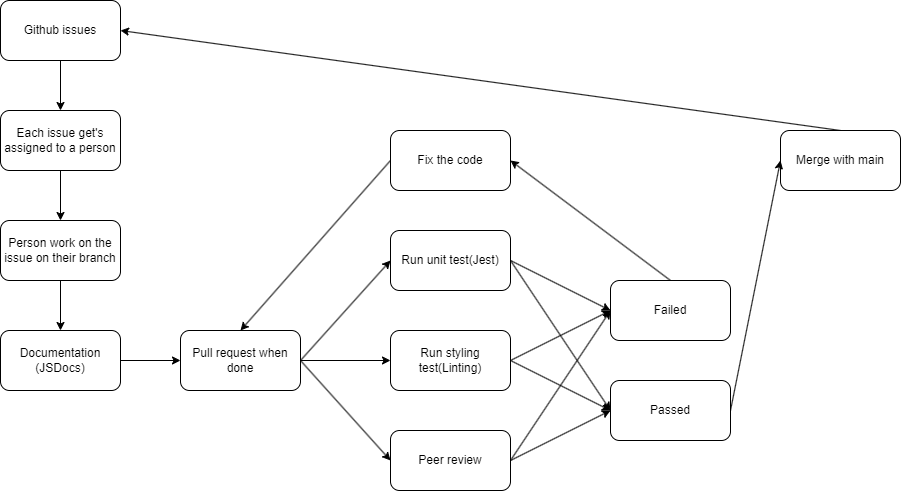
zkortam/velour-co keeps this draw.io diagram as CIDIPipelineDiagram.drawio.png. Above is the earlier version. Source tidied: cells renumbered, new cells last; positions are measured from the earlier drawing's top-left corner, leaving out a move shared by most shapes. The source it was exported from:
```xml
<mxGraphModel>
  <root>
    <mxCell id="0" />
    <mxCell id="1" parent="0" />
    <mxCell id="2" style="edgeStyle=none;html=1;exitX=0.5;exitY=1;exitDx=0;exitDy=0;entryX=0.5;entryY=0;entryDx=0;entryDy=0;" parent="1" edge="1" source="3" target="5">
      <mxGeometry relative="1" as="geometry" />
    </mxCell>
    <mxCell id="3" value="Github issues" style="rounded=1;whiteSpace=wrap;html=1;" parent="1" vertex="1">
      <mxGeometry width="120" height="60" as="geometry" />
    </mxCell>
    <mxCell id="4" style="edgeStyle=none;html=1;exitX=0.5;exitY=1;exitDx=0;exitDy=0;entryX=0.5;entryY=0;entryDx=0;entryDy=0;" parent="1" edge="1" source="5" target="21">
      <mxGeometry relative="1" as="geometry" />
    </mxCell>
    <mxCell id="5" value="Each issue get's assigned to a person" style="rounded=1;whiteSpace=wrap;html=1;" parent="1" vertex="1">
      <mxGeometry y="110" width="120" height="60" as="geometry" />
    </mxCell>
    <mxCell id="6" style="edgeStyle=none;html=1;exitX=1;exitY=0.5;exitDx=0;exitDy=0;entryX=0;entryY=0.5;entryDx=0;entryDy=0;" parent="1" edge="1" source="9" target="12">
      <mxGeometry relative="1" as="geometry" />
    </mxCell>
    <mxCell id="7" style="edgeStyle=none;html=1;exitX=1;exitY=0.5;exitDx=0;exitDy=0;entryX=0;entryY=0.5;entryDx=0;entryDy=0;" parent="1" edge="1" source="9" target="15">
      <mxGeometry relative="1" as="geometry" />
    </mxCell>
    <mxCell id="8" style="edgeStyle=none;html=1;exitX=1;exitY=0.5;exitDx=0;exitDy=0;entryX=0;entryY=0.5;entryDx=0;entryDy=0;" parent="1" edge="1" source="9" target="30">
      <mxGeometry relative="1" as="geometry" />
    </mxCell>
    <mxCell id="9" value="Pull request when done" style="rounded=1;whiteSpace=wrap;html=1;" parent="1" vertex="1">
      <mxGeometry x="180" y="330" width="120" height="60" as="geometry" />
    </mxCell>
    <mxCell id="10" style="edgeStyle=none;html=1;exitX=1;exitY=0.5;exitDx=0;exitDy=0;entryX=0;entryY=0.5;entryDx=0;entryDy=0;" parent="1" edge="1" source="12" target="17">
      <mxGeometry relative="1" as="geometry" />
    </mxCell>
    <mxCell id="11" style="edgeStyle=none;html=1;exitX=1;exitY=0.5;exitDx=0;exitDy=0;entryX=0;entryY=0.5;entryDx=0;entryDy=0;" parent="1" edge="1" source="12" target="23">
      <mxGeometry relative="1" as="geometry" />
    </mxCell>
    <mxCell id="12" value="Run unit test(Jest)" style="rounded=1;whiteSpace=wrap;html=1;" parent="1" vertex="1">
      <mxGeometry x="390" y="230" width="120" height="60" as="geometry" />
    </mxCell>
    <mxCell id="13" style="edgeStyle=none;html=1;exitX=1;exitY=0.5;exitDx=0;exitDy=0;entryX=0;entryY=0.5;entryDx=0;entryDy=0;" parent="1" edge="1" source="15" target="23">
      <mxGeometry relative="1" as="geometry" />
    </mxCell>
    <mxCell id="14" style="edgeStyle=none;html=1;exitX=1;exitY=0.5;exitDx=0;exitDy=0;" parent="1" edge="1" source="15">
      <mxGeometry relative="1" as="geometry">
        <mxPoint x="610" y="310" as="targetPoint" />
      </mxGeometry>
    </mxCell>
    <mxCell id="15" value="Run styling test(Linting)" style="rounded=1;whiteSpace=wrap;html=1;" parent="1" vertex="1">
      <mxGeometry x="390" y="330" width="120" height="60" as="geometry" />
    </mxCell>
    <mxCell id="16" style="edgeStyle=none;html=1;exitX=0.5;exitY=0;exitDx=0;exitDy=0;entryX=1;entryY=0.5;entryDx=0;entryDy=0;" parent="1" edge="1" source="17" target="25">
      <mxGeometry relative="1" as="geometry" />
    </mxCell>
    <mxCell id="17" value="Failed" style="rounded=1;whiteSpace=wrap;html=1;" parent="1" vertex="1">
      <mxGeometry x="610" y="280" width="120" height="60" as="geometry" />
    </mxCell>
    <mxCell id="18" style="edgeStyle=none;html=1;exitX=0.5;exitY=0;exitDx=0;exitDy=0;entryX=1;entryY=0.5;entryDx=0;entryDy=0;" parent="1" edge="1" source="19" target="3">
      <mxGeometry relative="1" as="geometry" />
    </mxCell>
    <mxCell id="19" value="Merge with main" style="rounded=1;whiteSpace=wrap;html=1;" parent="1" vertex="1">
      <mxGeometry x="780" y="130" width="120" height="60" as="geometry" />
    </mxCell>
    <mxCell id="20" style="edgeStyle=none;html=1;exitX=0.5;exitY=1;exitDx=0;exitDy=0;entryX=0.5;entryY=0;entryDx=0;entryDy=0;" parent="1" edge="1" source="21" target="27">
      <mxGeometry relative="1" as="geometry" />
    </mxCell>
    <mxCell id="21" value="Person work on the issue on their branch" style="rounded=1;whiteSpace=wrap;html=1;" parent="1" vertex="1">
      <mxGeometry y="220" width="120" height="60" as="geometry" />
    </mxCell>
    <mxCell id="22" style="edgeStyle=none;html=1;exitX=1;exitY=0.5;exitDx=0;exitDy=0;entryX=0;entryY=0.5;entryDx=0;entryDy=0;" parent="1" edge="1" source="23" target="19">
      <mxGeometry relative="1" as="geometry" />
    </mxCell>
    <mxCell id="23" value="Passed" style="rounded=1;whiteSpace=wrap;html=1;" parent="1" vertex="1">
      <mxGeometry x="610" y="380" width="120" height="60" as="geometry" />
    </mxCell>
    <mxCell id="24" style="edgeStyle=none;html=1;exitX=0;exitY=0.5;exitDx=0;exitDy=0;entryX=0.5;entryY=0;entryDx=0;entryDy=0;" parent="1" edge="1" source="25" target="9">
      <mxGeometry relative="1" as="geometry" />
    </mxCell>
    <mxCell id="25" value="Fix the code" style="rounded=1;whiteSpace=wrap;html=1;" parent="1" vertex="1">
      <mxGeometry x="390" y="130" width="120" height="60" as="geometry" />
    </mxCell>
    <mxCell id="26" style="edgeStyle=none;html=1;exitX=1;exitY=0.5;exitDx=0;exitDy=0;entryX=0;entryY=0.5;entryDx=0;entryDy=0;" parent="1" edge="1" source="27" target="9">
      <mxGeometry relative="1" as="geometry" />
    </mxCell>
    <mxCell id="27" value="Documentation&lt;div&gt;(JSDocs)&lt;/div&gt;" style="rounded=1;whiteSpace=wrap;html=1;" parent="1" vertex="1">
      <mxGeometry y="330" width="120" height="60" as="geometry" />
    </mxCell>
    <mxCell id="28" style="edgeStyle=none;html=1;exitX=1;exitY=0.5;exitDx=0;exitDy=0;entryX=0;entryY=0.5;entryDx=0;entryDy=0;" parent="1" edge="1" source="30" target="23">
      <mxGeometry relative="1" as="geometry" />
    </mxCell>
    <mxCell id="29" style="edgeStyle=none;html=1;exitX=1;exitY=0.5;exitDx=0;exitDy=0;entryX=0;entryY=0.5;entryDx=0;entryDy=0;" parent="1" edge="1" source="30" target="17">
      <mxGeometry relative="1" as="geometry" />
    </mxCell>
    <mxCell id="30" value="Peer review" style="rounded=1;whiteSpace=wrap;html=1;" parent="1" vertex="1">
      <mxGeometry x="390" y="430" width="120" height="60" as="geometry" />
    </mxCell>
  </root>
</mxGraphModel>
```
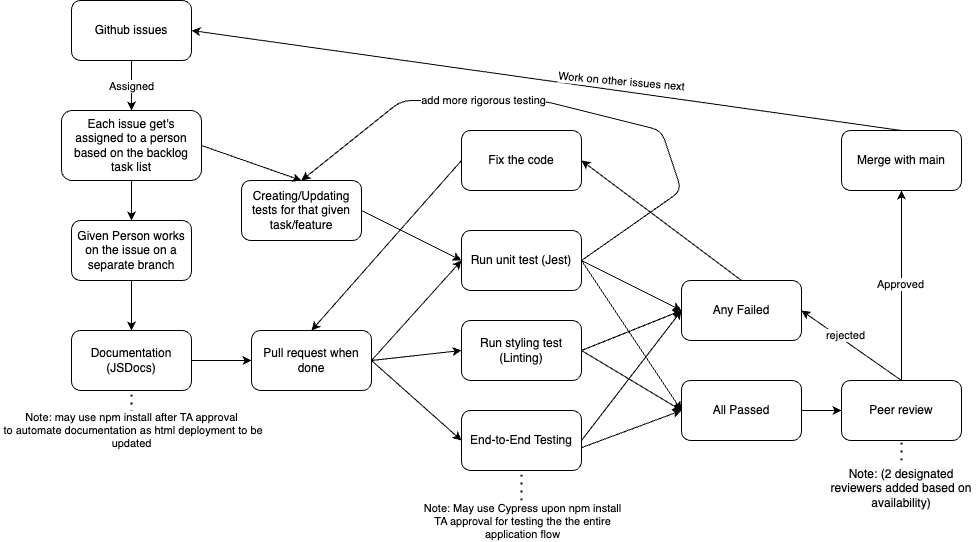
Later version of the same file.

Commit message:
updated pipeline diagram

What changed in the source:
```diff
@@ -2,7 +2,7 @@
   <root>
     <mxCell id="0" />
     <mxCell id="1" parent="0" />
-    <mxCell id="2" style="edgeStyle=none;html=1;exitX=0.5;exitY=1;exitDx=0;exitDy=0;entryX=0.5;entryY=0;entryDx=0;entryDy=0;" parent="1" edge="1" source="3" target="5">
+    <mxCell id="2" value="Assigned" style="edgeStyle=none;html=1;exitX=0.5;exitY=1;exitDx=0;exitDy=0;entryX=0.5;entryY=0;entryDx=0;entryDy=0;" parent="1" edge="1" source="3" target="5">
       <mxGeometry relative="1" as="geometry" />
     </mxCell>
     <mxCell id="3" value="Github issues" style="rounded=1;whiteSpace=wrap;html=1;" parent="1" vertex="1">
@@ -11,8 +11,8 @@
     <mxCell id="4" style="edgeStyle=none;html=1;exitX=0.5;exitY=1;exitDx=0;exitDy=0;entryX=0.5;entryY=0;entryDx=0;entryDy=0;" parent="1" edge="1" source="5" target="21">
       <mxGeometry relative="1" as="geometry" />
     </mxCell>
-    <mxCell id="5" value="Each issue get's assigned to a person" style="rounded=1;whiteSpace=wrap;html=1;" parent="1" vertex="1">
-      <mxGeometry y="110" width="120" height="60" as="geometry" />
+    <mxCell id="5" value="Each issue get's assigned to a person based on the backlog task list" style="rounded=1;whiteSpace=wrap;html=1;" parent="1" vertex="1">
+      <mxGeometry x="-10" y="110" width="140" height="70" as="geometry" />
     </mxCell>
     <mxCell id="6" style="edgeStyle=none;html=1;exitX=1;exitY=0.5;exitDx=0;exitDy=0;entryX=0;entryY=0.5;entryDx=0;entryDy=0;" parent="1" edge="1" source="9" target="12">
       <mxGeometry relative="1" as="geometry" />
@@ -20,7 +20,7 @@
     <mxCell id="7" style="edgeStyle=none;html=1;exitX=1;exitY=0.5;exitDx=0;exitDy=0;entryX=0;entryY=0.5;entryDx=0;entryDy=0;" parent="1" edge="1" source="9" target="15">
       <mxGeometry relative="1" as="geometry" />
     </mxCell>
-    <mxCell id="8" style="edgeStyle=none;html=1;exitX=1;exitY=0.5;exitDx=0;exitDy=0;entryX=0;entryY=0.5;entryDx=0;entryDy=0;" parent="1" edge="1" source="9" target="30">
+    <mxCell id="8" style="edgeStyle=none;html=1;entryX=0;entryY=0.5;entryDx=0;entryDy=0;exitX=1;exitY=0.5;exitDx=0;exitDy=0;" parent="1" edge="1" source="23" target="30">
       <mxGeometry relative="1" as="geometry" />
     </mxCell>
     <mxCell id="9" value="Pull request when done" style="rounded=1;whiteSpace=wrap;html=1;" parent="1" vertex="1">
@@ -32,7 +32,7 @@
     <mxCell id="11" style="edgeStyle=none;html=1;exitX=1;exitY=0.5;exitDx=0;exitDy=0;entryX=0;entryY=0.5;entryDx=0;entryDy=0;" parent="1" edge="1" source="12" target="23">
       <mxGeometry relative="1" as="geometry" />
     </mxCell>
-    <mxCell id="12" value="Run unit test(Jest)" style="rounded=1;whiteSpace=wrap;html=1;" parent="1" vertex="1">
+    <mxCell id="12" value="Run unit test (Jest)" style="rounded=1;whiteSpace=wrap;html=1;" parent="1" vertex="1">
       <mxGeometry x="390" y="230" width="120" height="60" as="geometry" />
     </mxCell>
     <mxCell id="13" style="edgeStyle=none;html=1;exitX=1;exitY=0.5;exitDx=0;exitDy=0;entryX=0;entryY=0.5;entryDx=0;entryDy=0;" parent="1" edge="1" source="15" target="23">
@@ -43,31 +43,39 @@
         <mxPoint x="610" y="310" as="targetPoint" />
       </mxGeometry>
     </mxCell>
-    <mxCell id="15" value="Run styling test(Linting)" style="rounded=1;whiteSpace=wrap;html=1;" parent="1" vertex="1">
-      <mxGeometry x="390" y="330" width="120" height="60" as="geometry" />
+    <mxCell id="15" value="Run styling test (Linting)" style="rounded=1;whiteSpace=wrap;html=1;" parent="1" vertex="1">
+      <mxGeometry x="390" y="320" width="120" height="60" as="geometry" />
     </mxCell>
     <mxCell id="16" style="edgeStyle=none;html=1;exitX=0.5;exitY=0;exitDx=0;exitDy=0;entryX=1;entryY=0.5;entryDx=0;entryDy=0;" parent="1" edge="1" source="17" target="25">
       <mxGeometry relative="1" as="geometry" />
     </mxCell>
-    <mxCell id="17" value="Failed" style="rounded=1;whiteSpace=wrap;html=1;" parent="1" vertex="1">
+    <mxCell id="17" value="Any Failed" style="rounded=1;whiteSpace=wrap;html=1;" parent="1" vertex="1">
       <mxGeometry x="610" y="280" width="120" height="60" as="geometry" />
     </mxCell>
     <mxCell id="18" style="edgeStyle=none;html=1;exitX=0.5;exitY=0;exitDx=0;exitDy=0;entryX=1;entryY=0.5;entryDx=0;entryDy=0;" parent="1" edge="1" source="19" target="3">
       <mxGeometry relative="1" as="geometry" />
     </mxCell>
+    <mxCell id="31" value="Work on other issues next" style="edgeLabel;html=1;align=center;verticalAlign=middle;rotation=5;" parent="18" vertex="1">
+      <mxGeometry x="-0.08" y="2" relative="1" as="geometry">
+        <mxPoint x="46" y="-6" as="offset" />
+      </mxGeometry>
+    </mxCell>
     <mxCell id="19" value="Merge with main" style="rounded=1;whiteSpace=wrap;html=1;" parent="1" vertex="1">
-      <mxGeometry x="780" y="130" width="120" height="60" as="geometry" />
+      <mxGeometry x="770" y="130" width="120" height="60" as="geometry" />
     </mxCell>
     <mxCell id="20" style="edgeStyle=none;html=1;exitX=0.5;exitY=1;exitDx=0;exitDy=0;entryX=0.5;entryY=0;entryDx=0;entryDy=0;" parent="1" edge="1" source="21" target="27">
       <mxGeometry relative="1" as="geometry" />
     </mxCell>
-    <mxCell id="21" value="Person work on the issue on their branch" style="rounded=1;whiteSpace=wrap;html=1;" parent="1" vertex="1">
+    <mxCell id="21" value="Given Person works on the issue on a separate branch" style="rounded=1;whiteSpace=wrap;html=1;" parent="1" vertex="1">
       <mxGeometry y="220" width="120" height="60" as="geometry" />
     </mxCell>
-    <mxCell id="22" style="edgeStyle=none;html=1;exitX=1;exitY=0.5;exitDx=0;exitDy=0;entryX=0;entryY=0.5;entryDx=0;entryDy=0;" parent="1" edge="1" source="23" target="19">
+    <mxCell id="22" style="edgeStyle=none;html=1;entryX=0.5;entryY=1;entryDx=0;entryDy=0;exitX=0.5;exitY=0;exitDx=0;exitDy=0;" parent="1" edge="1" source="30" target="19">
       <mxGeometry relative="1" as="geometry" />
     </mxCell>
+    <mxCell id="32" value="Approved" style="edgeLabel;html=1;align=center;verticalAlign=middle;" parent="22" vertex="1">
+      <mxGeometry x="0.02" y="2" relative="1" as="geometry" />
+    </mxCell>
-    <mxCell id="23" value="Passed" style="rounded=1;whiteSpace=wrap;html=1;" parent="1" vertex="1">
+    <mxCell id="23" value="All Passed" style="rounded=1;whiteSpace=wrap;html=1;" parent="1" vertex="1">
       <mxGeometry x="610" y="380" width="120" height="60" as="geometry" />
     </mxCell>
     <mxCell id="24" style="edgeStyle=none;html=1;exitX=0;exitY=0.5;exitDx=0;exitDy=0;entryX=0.5;entryY=0;entryDx=0;entryDy=0;" parent="1" edge="1" source="25" target="9">
@@ -82,14 +90,70 @@
     <mxCell id="27" value="Documentation&lt;div&gt;(JSDocs)&lt;/div&gt;" style="rounded=1;whiteSpace=wrap;html=1;" parent="1" vertex="1">
       <mxGeometry y="330" width="120" height="60" as="geometry" />
     </mxCell>
-    <mxCell id="28" style="edgeStyle=none;html=1;exitX=1;exitY=0.5;exitDx=0;exitDy=0;entryX=0;entryY=0.5;entryDx=0;entryDy=0;" parent="1" edge="1" source="30" target="23">
-      <mxGeometry relative="1" as="geometry" />
-    </mxCell>
+    <mxCell id="30" value="Peer review" style="rounded=1;whiteSpace=wrap;html=1;" parent="1" vertex="1">
+      <mxGeometry x="770" y="380" width="120" height="60" as="geometry" />
+    </mxCell>
+    <mxCell id="33" value="&lt;span style=&quot;color: rgb(0, 0, 0); font-family: Helvetica; font-size: 12px; font-style: normal; font-variant-ligatures: normal; font-variant-caps: normal; font-weight: 400; letter-spacing: normal; orphans: 2; text-indent: 0px; text-transform: none; widows: 2; word-spacing: 0px; -webkit-text-stroke-width: 0px; white-space: normal; background-color: rgb(251, 251, 251); text-decoration-thickness: initial; text-decoration-style: initial; text-decoration-color: initial; float: none; display: inline !important;&quot;&gt;Note: (2 designated reviewers added based on availability)&lt;/span&gt;" style="text;whiteSpace=wrap;html=1;align=center;" parent="1" vertex="1">
+      <mxGeometry x="755" y="460" width="150" height="80" as="geometry" />
+    </mxCell>
+    <mxCell id="34" style="endArrow=none;dashed=1;html=1;dashPattern=1 3;strokeWidth=2;entryX=0.5;entryY=1;entryDx=0;entryDy=0;exitX=0.5;exitY=0;exitDx=0;exitDy=0;" parent="1" edge="1" source="33" target="30">
+      <mxGeometry relative="1" as="geometry" />
+    </mxCell>
+    <mxCell id="35" value="Creating/Updating tests for that given task/feature" style="rounded=1;whiteSpace=wrap;html=1;" parent="1" vertex="1">
+      <mxGeometry x="170" y="180" width="120" height="60" as="geometry" />
+    </mxCell>
+    <mxCell id="36" style="endArrow=classic;html=1;entryX=0;entryY=0.5;entryDx=0;entryDy=0;exitX=1;exitY=0.5;exitDx=0;exitDy=0;" parent="1" edge="1" source="35" target="12">
+      <mxGeometry relative="1" as="geometry" />
+    </mxCell>
+    <mxCell id="37" style="endArrow=classic;html=1;entryX=0.5;entryY=0;entryDx=0;entryDy=0;exitX=1;exitY=0.5;exitDx=0;exitDy=0;" parent="1" edge="1" source="12" target="35">
+      <mxGeometry relative="1" as="geometry">
+        <Array as="points">
+          <mxPoint x="610" y="190" />
+          <mxPoint x="590" y="130" />
+          <mxPoint x="470" y="100" />
+          <mxPoint x="330" y="100" />
+        </Array>
+      </mxGeometry>
+    </mxCell>
+    <mxCell id="38" value="add more rigorous testing" style="edgeLabel;html=1;align=center;verticalAlign=middle;" parent="37" vertex="1">
+      <mxGeometry x="0.27" y="-1" relative="1" as="geometry">
+        <mxPoint x="-1" as="offset" />
+      </mxGeometry>
+    </mxCell>
+    <mxCell id="39" style="endArrow=classic;html=1;entryX=0.5;entryY=0;entryDx=0;entryDy=0;exitX=1;exitY=0.5;exitDx=0;exitDy=0;" parent="1" edge="1" source="5" target="35">
+      <mxGeometry relative="1" as="geometry" />
+    </mxCell>
+    <mxCell id="40" value="End-to-End Testing" style="rounded=1;whiteSpace=wrap;html=1;" parent="1" vertex="1">
+      <mxGeometry x="390" y="410" width="120" height="60" as="geometry" />
+    </mxCell>
+    <mxCell id="41" style="endArrow=classic;html=1;exitX=1.004;exitY=0.617;exitDx=0;exitDy=0;exitPerimeter=0;entryX=0;entryY=0.5;entryDx=0;entryDy=0;" parent="1" edge="1" source="40" target="23">
+      <mxGeometry relative="1" as="geometry" />
+    </mxCell>
+    <mxCell id="42" style="endArrow=classic;html=1;exitX=1;exitY=0.5;exitDx=0;exitDy=0;entryX=0;entryY=0.5;entryDx=0;entryDy=0;" parent="1" edge="1" source="40" target="17">
+      <mxGeometry relative="1" as="geometry" />
+    </mxCell>
+    <mxCell id="43" value="Note: may use npm install after TA approval&lt;div&gt;&amp;nbsp;to automate documentation as html deployment to be&lt;/div&gt;&lt;div&gt;updated&lt;/div&gt;" style="endArrow=none;dashed=1;html=1;dashPattern=1 3;strokeWidth=2;entryX=0.5;entryY=1;entryDx=0;entryDy=0;" parent="1" edge="1" target="27">
+      <mxGeometry x="-1" y="-10" relative="1" as="geometry">
+        <mxPoint x="60" y="420" as="sourcePoint" />
+        <mxPoint x="-10" y="10" as="offset" />
+      </mxGeometry>
+    </mxCell>
+    <mxCell id="44" style="edgeStyle=none;html=1;exitX=1;exitY=0.5;exitDx=0;exitDy=0;entryX=0;entryY=0.5;entryDx=0;entryDy=0;" parent="1" edge="1" source="9" target="40">
+      <mxGeometry relative="1" as="geometry" />
+    </mxCell>
+    <mxCell id="45" style="endArrow=none;dashed=1;html=1;dashPattern=1 3;strokeWidth=2;entryX=0.5;entryY=1;entryDx=0;entryDy=0;" parent="1" edge="1" target="40">
+      <mxGeometry relative="1" as="geometry">
+        <mxPoint x="450" y="500" as="sourcePoint" />
+      </mxGeometry>
+    </mxCell>
+    <mxCell id="46" value="Note: May use Cypress upon npm install&lt;div&gt;TA approval for testing the&lt;span style=&quot;color: rgb(0, 0, 0);&quot;&gt;&amp;nbsp;the entire&lt;/span&gt;&lt;/div&gt;&lt;div&gt;&lt;span style=&quot;color: rgb(0, 0, 0);&quot;&gt;application flow&lt;/span&gt;&lt;/div&gt;" style="edgeLabel;html=1;align=center;verticalAlign=middle;" parent="1" vertex="1">
+      <mxGeometry x="450" y="520" as="geometry" />
+    </mxCell>
-    <mxCell id="29" style="edgeStyle=none;html=1;exitX=1;exitY=0.5;exitDx=0;exitDy=0;entryX=0;entryY=0.5;entryDx=0;entryDy=0;" parent="1" edge="1" source="30" target="17">
+    <mxCell id="29" style="endArrow=classic;html=1;exitX=0.5;exitY=0;exitDx=0;exitDy=0;entryX=1;entryY=0.5;entryDx=0;entryDy=0;" parent="1" edge="1" source="30" target="17">
       <mxGeometry relative="1" as="geometry" />
     </mxCell>
-    <mxCell id="30" value="Peer review" style="rounded=1;whiteSpace=wrap;html=1;" parent="1" vertex="1">
-      <mxGeometry x="390" y="430" width="120" height="60" as="geometry" />
-    </mxCell>
+    <mxCell id="47" value="rejected" style="edgeLabel;html=1;align=center;verticalAlign=middle;" parent="29" vertex="1">
+      <mxGeometry x="0.18" y="-5" relative="1" as="geometry" />
+    </mxCell>
   </root>
 </mxGraphModel>
```
